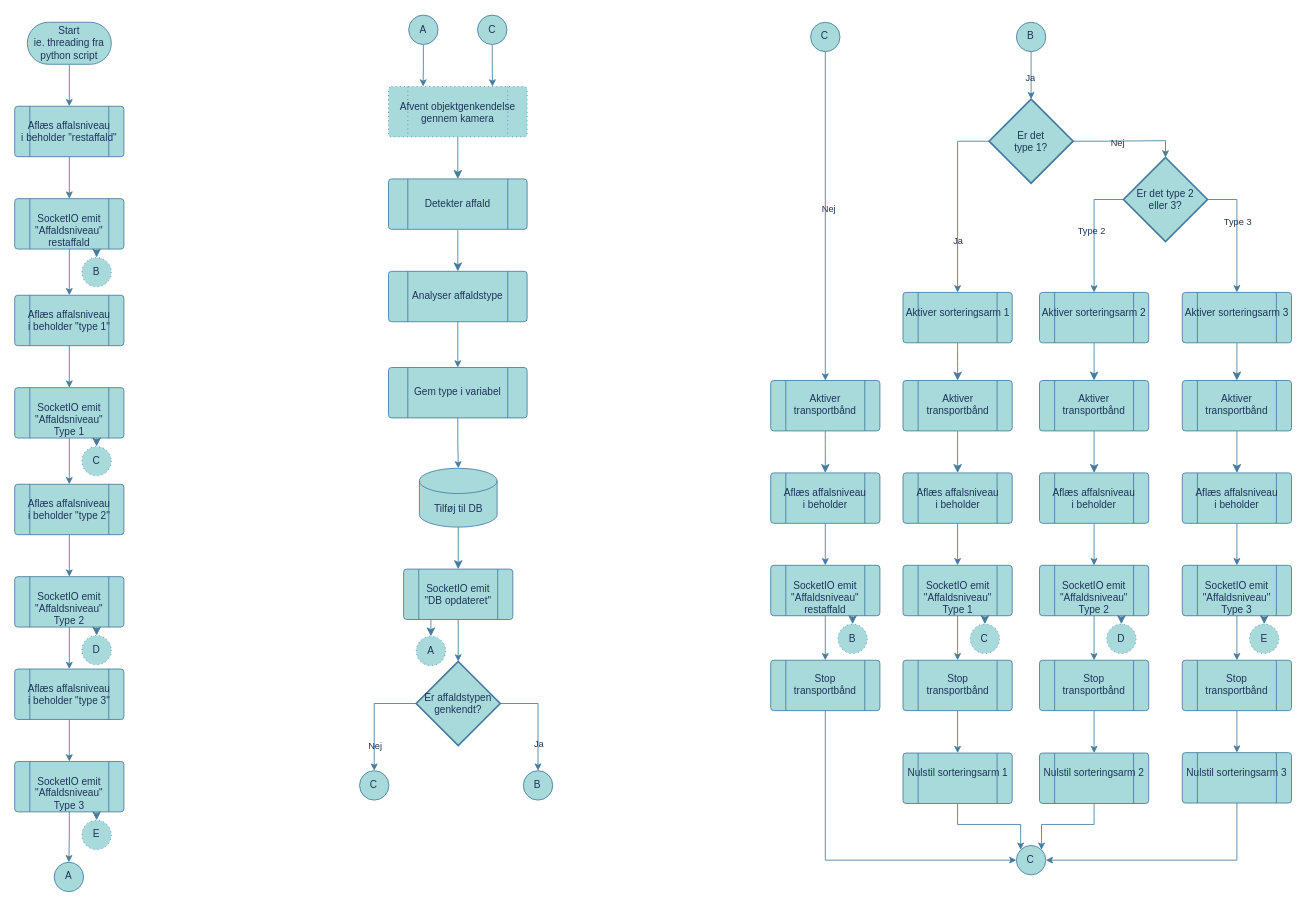
The draw.io diagram hardware.drawio in KEA-F25-B8-IoT2/SAAS, before the edit. Source tidied: cells renumbered, new cells numbered last; positions are measured from the earlier drawing's top-left corner, leaving out a move shared by most shapes. Both pictures are drawn from the tidied source at 84%, with x=0, y=0 at pixel (14, 14).
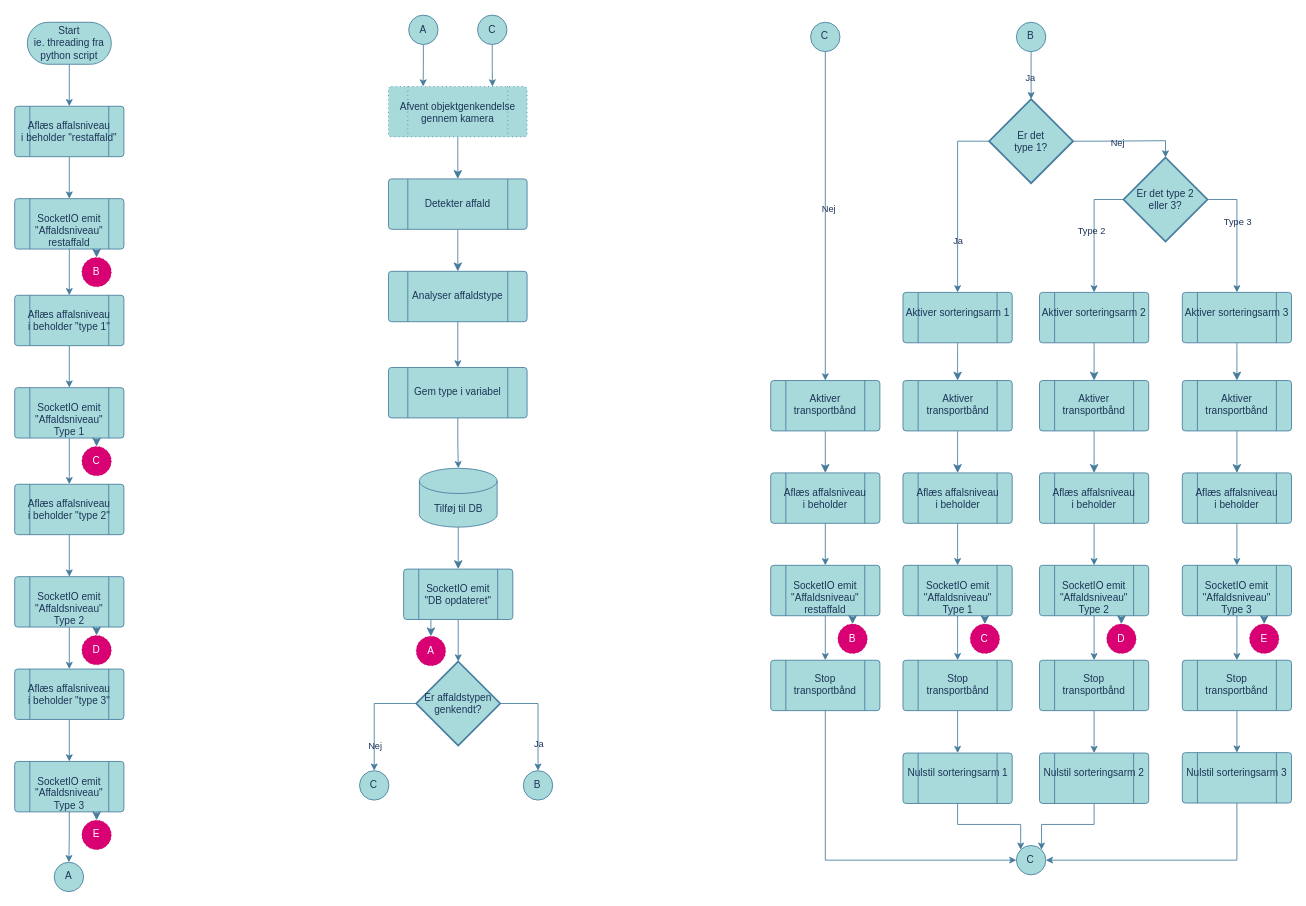
The same page after the edit.

Unchanged cells that the change refers to:
```xml
<mxCell id="9" value="Tilføj til DB" style="shape=cylinder3;whiteSpace=wrap;html=1;boundedLbl=1;backgroundOutline=1;size=15;rounded=0;labelBackgroundColor=none;fillColor=#A8DADC;strokeColor=#457B9D;fontColor=#1D3557;" parent="1" vertex="1">
  <mxGeometry x="481.8" y="540" width="92.5" height="70" as="geometry" />
</mxCell>
<mxCell id="122" value="Gem type i variabel" style="verticalLabelPosition=bottom;verticalAlign=top;html=1;shape=process;whiteSpace=wrap;rounded=1;size=0.14;arcSize=6;align=center;spacingTop=-45;labelBackgroundColor=none;fillColor=#A8DADC;strokeColor=#457B9D;fontColor=#1D3557;" parent="1" vertex="1">
  <mxGeometry x="445" y="420" width="165" height="60" as="geometry" />
</mxCell>
```

The edit, as a diff of the source:
```diff
@@
-    <mxCell id="19" value="A" style="verticalLabelPosition=bottom;verticalAlign=top;html=1;shape=mxgraph.flowchart.on-page_reference;dashed=1;dashPattern=1 4;spacingTop=-32;spacingLeft=-2;labelBackgroundColor=none;fillColor=#A8DADC;strokeColor=#457B9D;fontColor=#1D3557;" parent="1" vertex="1">
+    <mxCell id="19" value="A" style="verticalLabelPosition=bottom;verticalAlign=top;html=1;shape=mxgraph.flowchart.on-page_reference;dashed=1;dashPattern=1 4;spacingTop=-32;spacingLeft=-2;labelBackgroundColor=none;fillColor=#d80073;strokeColor=#A50040;fontColor=#ffffff;" parent="1" vertex="1">
       <mxGeometry x="478" y="740" width="35" height="35" as="geometry" />
     </mxCell>
@@
-    <mxCell id="32" value="C" style="verticalLabelPosition=bottom;verticalAlign=top;html=1;shape=mxgraph.flowchart.on-page_reference;dashed=1;dashPattern=1 4;spacingTop=-32;spacingLeft=-2;labelBackgroundColor=none;fillColor=#A8DADC;strokeColor=#457B9D;fontColor=#1D3557;" parent="1" vertex="1">
+    <mxCell id="32" value="C" style="verticalLabelPosition=bottom;verticalAlign=top;html=1;shape=mxgraph.flowchart.on-page_reference;dashed=1;dashPattern=1 4;spacingTop=-32;spacingLeft=-2;labelBackgroundColor=none;fillColor=#d80073;strokeColor=#A50040;fontColor=#ffffff;" parent="1" vertex="1">
       <mxGeometry x="80" y="514" width="35" height="35" as="geometry" />
     </mxCell>
@@
-    <mxCell id="34" value="D" style="verticalLabelPosition=bottom;verticalAlign=top;html=1;shape=mxgraph.flowchart.on-page_reference;dashed=1;dashPattern=1 4;spacingTop=-32;spacingLeft=-2;labelBackgroundColor=none;fillColor=#A8DADC;strokeColor=#457B9D;fontColor=#1D3557;" parent="1" vertex="1">
+    <mxCell id="34" value="D" style="verticalLabelPosition=bottom;verticalAlign=top;html=1;shape=mxgraph.flowchart.on-page_reference;dashed=1;dashPattern=1 4;spacingTop=-32;spacingLeft=-2;labelBackgroundColor=none;fillColor=#d80073;strokeColor=#A50040;fontColor=#ffffff;" parent="1" vertex="1">
       <mxGeometry x="80" y="739" width="35" height="35" as="geometry" />
     </mxCell>
@@
-    <mxCell id="36" value="E" style="verticalLabelPosition=bottom;verticalAlign=top;html=1;shape=mxgraph.flowchart.on-page_reference;dashed=1;dashPattern=1 4;spacingTop=-32;spacingLeft=-2;labelBackgroundColor=none;fillColor=#A8DADC;strokeColor=#457B9D;fontColor=#1D3557;" parent="1" vertex="1">
+    <mxCell id="36" value="E" style="verticalLabelPosition=bottom;verticalAlign=top;html=1;shape=mxgraph.flowchart.on-page_reference;dashed=1;dashPattern=1 4;spacingTop=-32;spacingLeft=-2;labelBackgroundColor=none;fillColor=#d80073;strokeColor=#A50040;fontColor=#ffffff;" parent="1" vertex="1">
       <mxGeometry x="80" y="959" width="35" height="35" as="geometry" />
     </mxCell>
@@
-    <mxCell id="42" value="B" style="verticalLabelPosition=bottom;verticalAlign=top;html=1;shape=mxgraph.flowchart.on-page_reference;dashed=1;dashPattern=1 4;spacingTop=-32;spacingLeft=-2;labelBackgroundColor=none;fillColor=#A8DADC;strokeColor=#457B9D;fontColor=#1D3557;" parent="1" vertex="1">
+    <mxCell id="42" value="B" style="verticalLabelPosition=bottom;verticalAlign=top;html=1;shape=mxgraph.flowchart.on-page_reference;dashed=1;dashPattern=1 4;spacingTop=-32;spacingLeft=-2;labelBackgroundColor=none;strokeWidth=1;perimeterSpacing=0;fillColor=#d80073;strokeColor=#A50040;fontColor=#ffffff;" parent="1" vertex="1">
       <mxGeometry x="80" y="289" width="35" height="35" as="geometry" />
     </mxCell>
@@
-    <mxCell id="86" value="B" style="verticalLabelPosition=bottom;verticalAlign=top;html=1;shape=mxgraph.flowchart.on-page_reference;dashed=1;dashPattern=1 4;spacingTop=-32;spacingLeft=-2;labelBackgroundColor=none;fillColor=#A8DADC;strokeColor=#457B9D;fontColor=#1D3557;" parent="1" vertex="1">
+    <mxCell id="86" value="B" style="verticalLabelPosition=bottom;verticalAlign=top;html=1;shape=mxgraph.flowchart.on-page_reference;dashed=1;dashPattern=1 4;spacingTop=-32;spacingLeft=-2;labelBackgroundColor=none;fillColor=#d80073;strokeColor=#A50040;fontColor=#ffffff;" parent="1" vertex="1">
       <mxGeometry x="980" y="725.5" width="35" height="35" as="geometry" />
     </mxCell>
@@
-    <mxCell id="88" value="C" style="verticalLabelPosition=bottom;verticalAlign=top;html=1;shape=mxgraph.flowchart.on-page_reference;dashed=1;dashPattern=1 4;spacingTop=-32;spacingLeft=-2;labelBackgroundColor=none;fillColor=#A8DADC;strokeColor=#457B9D;fontColor=#1D3557;" parent="1" vertex="1">
+    <mxCell id="88" value="C" style="verticalLabelPosition=bottom;verticalAlign=top;html=1;shape=mxgraph.flowchart.on-page_reference;dashed=1;dashPattern=1 4;spacingTop=-32;spacingLeft=-2;labelBackgroundColor=none;fillColor=#d80073;strokeColor=#A50040;fontColor=#ffffff;" parent="1" vertex="1">
       <mxGeometry x="1137.5" y="725.5" width="35" height="35" as="geometry" />
     </mxCell>
@@
-    <mxCell id="90" value="D" style="verticalLabelPosition=bottom;verticalAlign=top;html=1;shape=mxgraph.flowchart.on-page_reference;dashed=1;dashPattern=1 4;spacingTop=-32;spacingLeft=-2;labelBackgroundColor=none;fillColor=#A8DADC;strokeColor=#457B9D;fontColor=#1D3557;" parent="1" vertex="1">
+    <mxCell id="90" value="D" style="verticalLabelPosition=bottom;verticalAlign=top;html=1;shape=mxgraph.flowchart.on-page_reference;dashed=1;dashPattern=1 4;spacingTop=-32;spacingLeft=-2;labelBackgroundColor=none;fillColor=#d80073;strokeColor=#A50040;fontColor=#ffffff;" parent="1" vertex="1">
       <mxGeometry x="1300" y="725.5" width="35" height="35" as="geometry" />
     </mxCell>
@@
-    <mxCell id="92" value="E" style="verticalLabelPosition=bottom;verticalAlign=top;html=1;shape=mxgraph.flowchart.on-page_reference;dashed=1;dashPattern=1 4;spacingTop=-32;spacingLeft=-2;labelBackgroundColor=none;fillColor=#A8DADC;strokeColor=#457B9D;fontColor=#1D3557;" parent="1" vertex="1">
+    <mxCell id="92" value="E" style="verticalLabelPosition=bottom;verticalAlign=top;html=1;shape=mxgraph.flowchart.on-page_reference;dashed=1;dashPattern=1 4;spacingTop=-32;spacingLeft=-2;labelBackgroundColor=none;fillColor=#d80073;strokeColor=#A50040;fontColor=#ffffff;" parent="1" vertex="1">
       <mxGeometry x="1470" y="725.5" width="35" height="35" as="geometry" />
     </mxCell>
@@
-    <mxCell id="121" style="edgeStyle=orthogonalEdgeStyle;rounded=0;jettySize=auto;html=1;strokeColor=#457B9D;fontColor=#1D3557;fillColor=#A8DADC;" parent="1" edge="1" source="122" target="9">
+    <mxCell id="121" style="edgeStyle=orthogonalEdgeStyle;rounded=0;jettySize=auto;html=1;strokeColor=#457B9D;fontColor=default;fillColor=#A8DADC;labelBackgroundColor=none;" parent="1" edge="1" source="122" target="9">
       <mxGeometry relative="1" as="geometry" />
     </mxCell>
```
